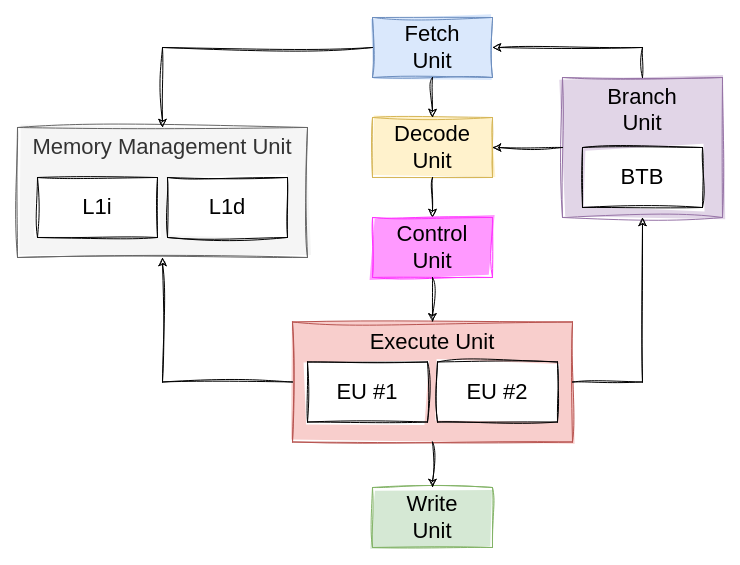
Earlier version of the draw.io diagram page "mvp-6" (6 of 8) of res/majorana.drawio (teivah/majorana). Source tidied: cells renumbered, new cells numbered last; positions are measured from the earlier drawing's top-left corner, leaving out a move shared by most shapes. Both pictures are drawn from the tidied source at 100%, with x=0, y=0 at pixel (17, 17).
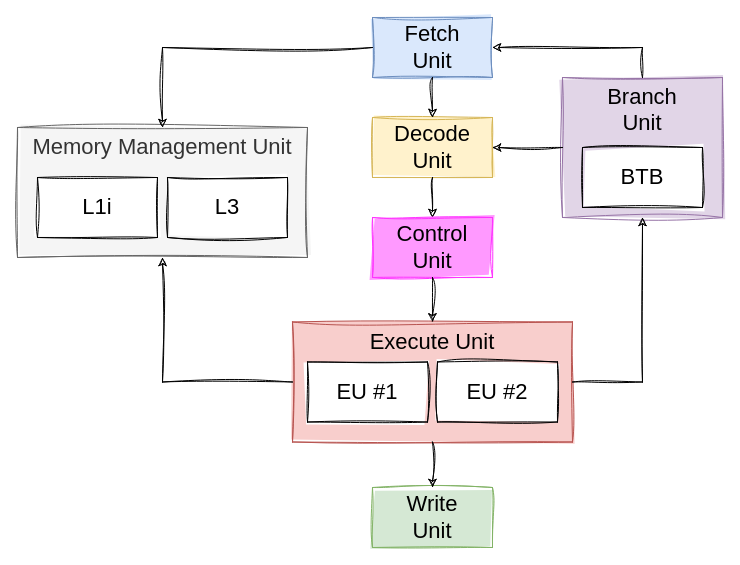
After the change.

What changed in the source:
```diff
@@
-    <mxCell id="21" value="L1d" style="rounded=0;whiteSpace=wrap;html=1;sketch=1;curveFitting=1;jiggle=2;fontSize=22;fillStyle=solid;" parent="1" vertex="1">
+    <mxCell id="21" value="L3" style="rounded=0;whiteSpace=wrap;html=1;sketch=1;curveFitting=1;jiggle=2;fontSize=22;fillStyle=solid;" parent="1" vertex="1">
       <mxGeometry x="150" y="160" width="120" height="60" as="geometry" />
     </mxCell>
```
